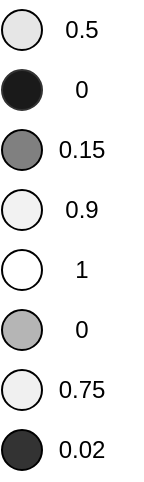
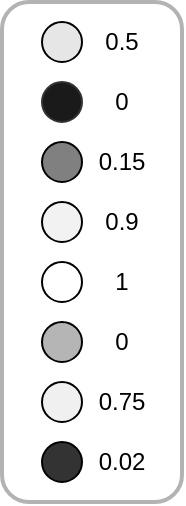
<mxfile host="app.diagrams.net" agent="Mozilla/5.0 (Macintosh; Intel Mac OS X 10.15; rv:147.0) Gecko/20100101 Firefox/147.0" version="29.3.6">
  <diagram name="Seite-1" id="jQpR9FyN3PO37TXkYIjU">
    <mxGraphModel dx="1240" dy="694" grid="1" gridSize="10" guides="1" tooltips="1" connect="1" arrows="1" fold="1" page="1" pageScale="1" pageWidth="1100" pageHeight="850" math="0" shadow="0">
      <root>
        <mxCell id="0" />
        <mxCell id="1" parent="0" />
+         <mxCell id="hpccQsVululgJcQPZtoh-25" parent="1" style="rounded=1;whiteSpace=wrap;html=1;strokeColor=#B3B3B3;strokeWidth=2;" value="" vertex="1">
+           <mxGeometry height="250" width="90" x="280" y="310" as="geometry" />
+         </mxCell>
        <mxCell id="hpccQsVululgJcQPZtoh-1" parent="1" style="ellipse;whiteSpace=wrap;html=1;aspect=fixed;container=0;fillColor=#E6E6E6;" value="" vertex="1">
          <mxGeometry height="20" width="20" x="300" y="320" as="geometry" />
        </mxCell>
        <mxCell id="hpccQsVululgJcQPZtoh-2" parent="1" style="ellipse;whiteSpace=wrap;html=1;aspect=fixed;container=0;strokeColor=#333333;fillColor=#1A1A1A;" value="" vertex="1">
          <mxGeometry height="20" width="20" x="300" y="350.0001587301587" as="geometry" />
        </mxCell>
        <mxCell id="hpccQsVululgJcQPZtoh-11" parent="1" style="ellipse;whiteSpace=wrap;html=1;aspect=fixed;container=0;fillColor=#808080;" value="" vertex="1">
          <mxGeometry height="20" width="20" x="300" y="380" as="geometry" />
        </mxCell>
        <mxCell id="hpccQsVululgJcQPZtoh-12" parent="1" style="ellipse;whiteSpace=wrap;html=1;aspect=fixed;container=0;fillColor=#F2F2F2;" value="" vertex="1">
          <mxGeometry height="20" width="20" x="300" y="410.0001587301587" as="geometry" />
        </mxCell>
        <mxCell id="hpccQsVululgJcQPZtoh-13" parent="1" style="ellipse;whiteSpace=wrap;html=1;aspect=fixed;container=0;fillColor=default;" value="" vertex="1">
          <mxGeometry height="20" width="20" x="300" y="440" as="geometry" />
        </mxCell>
        <mxCell id="hpccQsVululgJcQPZtoh-14" parent="1" style="ellipse;whiteSpace=wrap;html=1;aspect=fixed;container=0;fillColor=#B5B5B5;" value="" vertex="1">
          <mxGeometry height="20" width="20" x="300" y="470.0001587301588" as="geometry" />
        </mxCell>
        <mxCell id="hpccQsVululgJcQPZtoh-15" parent="1" style="ellipse;whiteSpace=wrap;html=1;aspect=fixed;container=0;fillColor=#F0F0F0;" value="" vertex="1">
          <mxGeometry height="20" width="20" x="300" y="500" as="geometry" />
        </mxCell>
        <mxCell id="hpccQsVululgJcQPZtoh-16" parent="1" style="ellipse;whiteSpace=wrap;html=1;aspect=fixed;container=0;fillColor=#333333;" value="" vertex="1">
          <mxGeometry height="20" width="20" x="300" y="530.0001587301588" as="geometry" />
        </mxCell>
        <mxCell id="hpccQsVululgJcQPZtoh-17" parent="1" style="text;html=1;whiteSpace=wrap;strokeColor=none;fillColor=none;align=center;verticalAlign=middle;rounded=0;" value="0" vertex="1">
          <mxGeometry height="30" width="60" x="310" y="345" as="geometry" />
        </mxCell>
        <mxCell id="hpccQsVululgJcQPZtoh-18" parent="1" style="text;html=1;whiteSpace=wrap;strokeColor=none;fillColor=none;align=center;verticalAlign=middle;rounded=0;" value="0.5" vertex="1">
          <mxGeometry height="30" width="60" x="310" y="315" as="geometry" />
        </mxCell>
        <mxCell id="hpccQsVululgJcQPZtoh-19" parent="1" style="text;html=1;whiteSpace=wrap;strokeColor=none;fillColor=none;align=center;verticalAlign=middle;rounded=0;" value="0.15" vertex="1">
          <mxGeometry height="30" width="60" x="310" y="375" as="geometry" />
        </mxCell>
        <mxCell id="hpccQsVululgJcQPZtoh-20" parent="1" style="text;html=1;whiteSpace=wrap;strokeColor=none;fillColor=none;align=center;verticalAlign=middle;rounded=0;" value="0.9" vertex="1">
          <mxGeometry height="30" width="60" x="310" y="405" as="geometry" />
        </mxCell>
        <mxCell id="hpccQsVululgJcQPZtoh-21" parent="1" style="text;html=1;whiteSpace=wrap;strokeColor=none;fillColor=none;align=center;verticalAlign=middle;rounded=0;" value="1" vertex="1">
          <mxGeometry height="30" width="60" x="310" y="435" as="geometry" />
        </mxCell>
        <mxCell id="hpccQsVululgJcQPZtoh-22" parent="1" style="text;html=1;whiteSpace=wrap;strokeColor=none;fillColor=none;align=center;verticalAlign=middle;rounded=0;" value="0" vertex="1">
          <mxGeometry height="30" width="60" x="310" y="465" as="geometry" />
        </mxCell>
        <mxCell id="hpccQsVululgJcQPZtoh-23" parent="1" style="text;html=1;whiteSpace=wrap;strokeColor=none;fillColor=none;align=center;verticalAlign=middle;rounded=0;" value="0.75" vertex="1">
          <mxGeometry height="30" width="60" x="310" y="495" as="geometry" />
        </mxCell>
        <mxCell id="hpccQsVululgJcQPZtoh-24" parent="1" style="text;html=1;whiteSpace=wrap;strokeColor=none;fillColor=none;align=center;verticalAlign=middle;rounded=0;" value="0.02" vertex="1">
          <mxGeometry height="30" width="60" x="310" y="525" as="geometry" />
        </mxCell>
      </root>
    </mxGraphModel>
  </diagram>
</mxfile>
